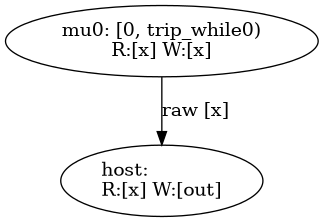
This is out/while_loop.png from Servyi-Agent/pypto-symir, a Graphviz export, as it was before one commit. Its source is kept beside it as out/while_loop.dot.
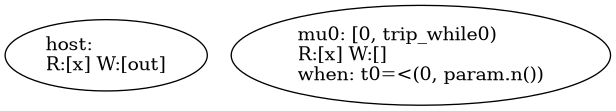
Above is the later version.

The edit, as a diff of the source:
```diff
@@ -1,5 +1,4 @@
 digraph {
     0 [ label = "host:\lR:[x] W:[out]" ]
-    1 [ label = "mu0: [0, trip_while0)\lR:[x] W:[x]" ]
-    1 -> 0 [ label = "raw [x]" ]
+    1 [ label = "mu0: [0, trip_while0)\lR:[x] W:[]\lwhen: t0=<(0, param.n())" ]
 }
```
